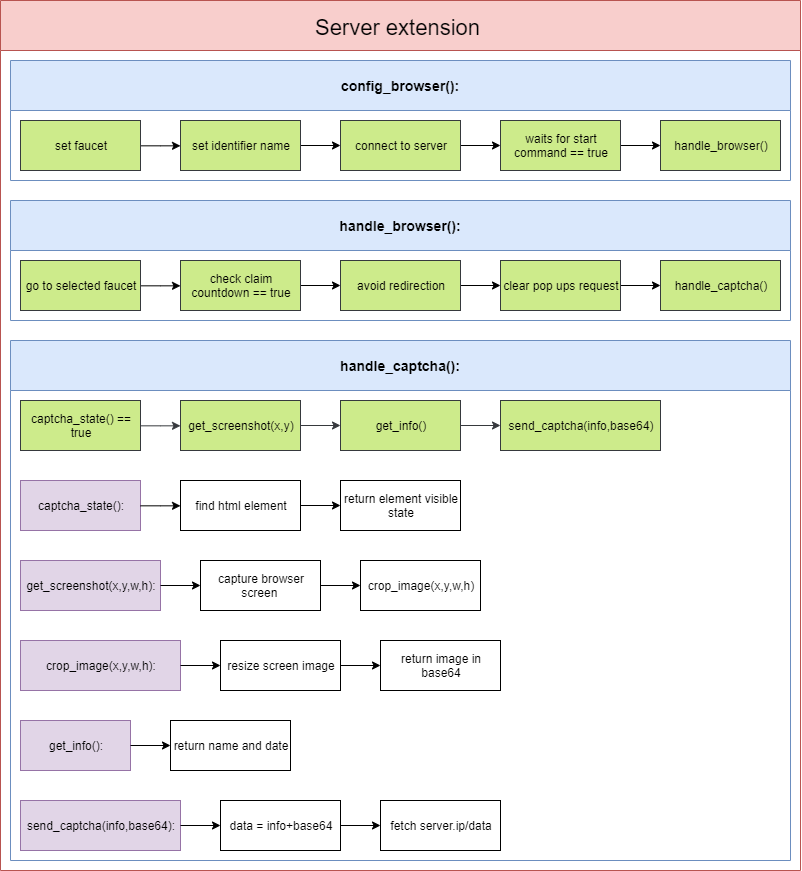
This is design_files/server side browser extension.png from marsex/workbench, a draw.io export, as it was before one commit. Source tidied: cells renumbered, new cells last; positions are measured from the earlier drawing's top-left corner, leaving out a move shared by most shapes.
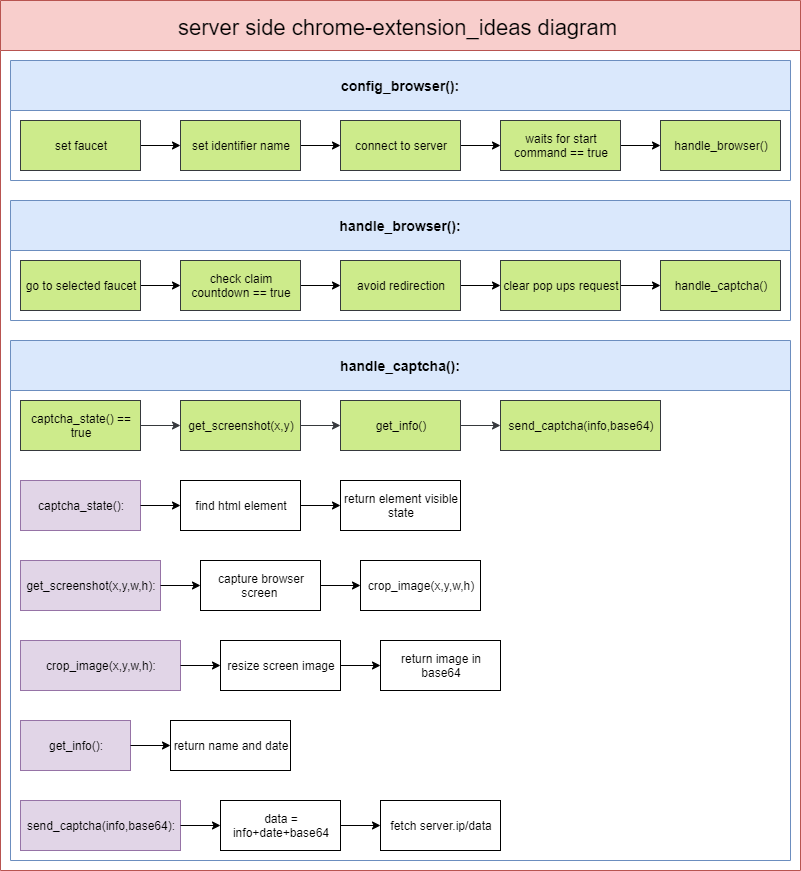
The same diagram one commit later.

Diff of the diagram source:
```diff
@@ -2,7 +2,7 @@
   <root>
     <mxCell id="0" />
     <mxCell id="1" parent="0" />
-    <mxCell id="2" value="Server extension" style="swimlane;fontSize=22;spacing=6;spacingRight=5;startSize=50;fontStyle=0;fillColor=#f8cecc;strokeColor=#b85450;" parent="1" vertex="1">
+    <mxCell id="2" value="server side chrome-extension_ideas diagram" style="swimlane;fontSize=22;spacing=6;spacingRight=5;startSize=50;fontStyle=0;fillColor=#f8cecc;strokeColor=#b85450;" parent="1" vertex="1">
       <mxGeometry width="800" height="870" as="geometry" />
     </mxCell>
     <mxCell id="3" value="config_browser():" style="swimlane;strokeColor=#6c8ebf;fillColor=#dae8fc;fontSize=14;startSize=50;" parent="2" vertex="1">
@@ -86,7 +86,7 @@
     <mxCell id="29" value="send_captcha(info,base64):" style="rounded=0;whiteSpace=wrap;html=1;fillColor=#e1d5e7;strokeColor=#9673a6;" parent="23" vertex="1">
       <mxGeometry x="10" y="460" width="160" height="50" as="geometry" />
     </mxCell>
-    <mxCell id="30" value="data = info+base64" style="rounded=0;whiteSpace=wrap;html=1;" parent="23" vertex="1">
+    <mxCell id="30" value="data = info+date+base64" style="rounded=0;whiteSpace=wrap;html=1;" parent="23" vertex="1">
       <mxGeometry x="210" y="460" width="120" height="50" as="geometry" />
     </mxCell>
     <mxCell id="31" style="edgeStyle=orthogonalEdgeStyle;rounded=0;jettySize=auto;html=1;endArrow=classic;endFill=1;strokeColor=#000000;" parent="23" edge="1" source="29" target="30">
```
